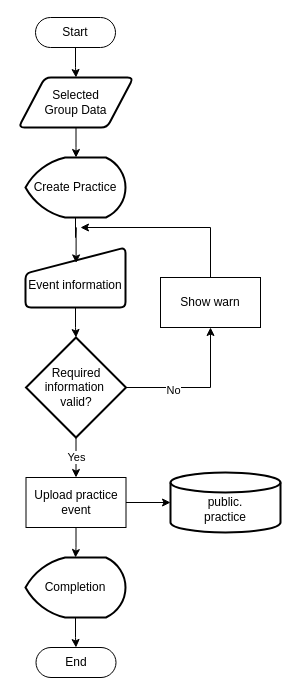
Earlier version of the draw.io diagram Atletik-ProgramFlowchart-CreatePractice.drawio (ElliotJcbH/AtletikFlowcharts). Source tidied: cells renumbered, new cells numbered last; positions are measured from the earlier drawing's top-left corner, leaving out a move shared by most shapes. Both pictures are drawn from the tidied source at 100%, with x=0, y=0 at pixel (18, 17).
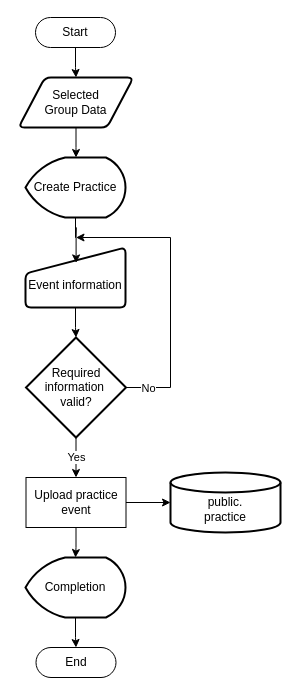
The same diagram, later.

Unchanged cells that the change refers to:
```xml
<mxCell id="12" value="Required information&amp;nbsp;&lt;div&gt;valid?&lt;/div&gt;" style="strokeWidth=2;html=1;shape=mxgraph.flowchart.decision;whiteSpace=wrap;" parent="1" vertex="1">
  <mxGeometry x="7.5" y="320" width="100" height="100" as="geometry" />
</mxCell>
```

Diff of the diagram source:
```diff
@@
+    <mxCell id="23" style="edgeStyle=orthogonalEdgeStyle;rounded=0;jettySize=auto;html=1;" parent="1" edge="1" source="12">
+      <mxGeometry relative="1" as="geometry">
+        <mxPoint x="57.5" y="220" as="targetPoint" />
+        <Array as="points">
+          <mxPoint x="152" y="370" />
+          <mxPoint x="152" y="220" />
+        </Array>
+      </mxGeometry>
+    </mxCell>
+    <mxCell id="11" value="No" style="edgeLabel;html=1;align=center;verticalAlign=middle;" parent="23" vertex="1">
+      <mxGeometry x="-0.85" relative="1" as="geometry" />
+    </mxCell>
@@
-    <mxCell id="10" style="edgeStyle=orthogonalEdgeStyle;rounded=0;jettySize=auto;html=1;entryX=0.5;entryY=1;entryDx=0;entryDy=0;" parent="1" edge="1" source="12" target="22">
-      <mxGeometry relative="1" as="geometry" />
-    </mxCell>
-    <mxCell id="11" value="No" style="edgeLabel;html=1;align=center;verticalAlign=middle;" parent="10" vertex="1">
-      <mxGeometry x="-0.35" y="-2" relative="1" as="geometry" />
-    </mxCell>
@@
-    <mxCell id="21" style="edgeStyle=orthogonalEdgeStyle;rounded=0;jettySize=auto;html=1;" parent="1" edge="1" source="22">
-      <mxGeometry relative="1" as="geometry">
-        <mxPoint x="62" y="210" as="targetPoint" />
-        <Array as="points">
-          <mxPoint x="192" y="210" />
-        </Array>
-      </mxGeometry>
-    </mxCell>
-    <mxCell id="22" value="Show warn" style="html=1;dashed=0;whiteSpace=wrap;" parent="1" vertex="1">
-      <mxGeometry x="142" y="260" width="100" height="50" as="geometry" />
-    </mxCell>
```
